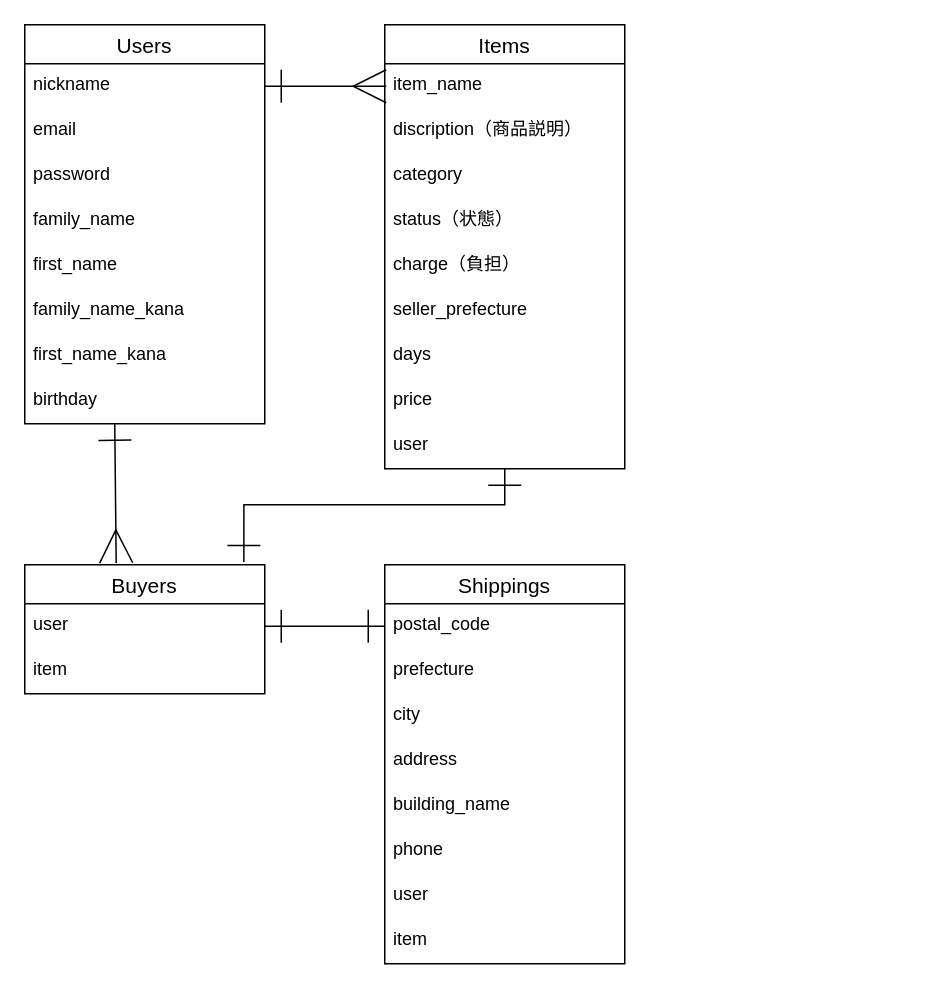
The draw.io diagram ER.dio in hminegishi/furima-35415, before the edit. Source tidied: cells renumbered, new cells numbered last; positions are measured from the earlier drawing's top-left corner, leaving out a move shared by most shapes. Both pictures are drawn from the tidied source at 150%, with x=0, y=0 at pixel (24, 24).
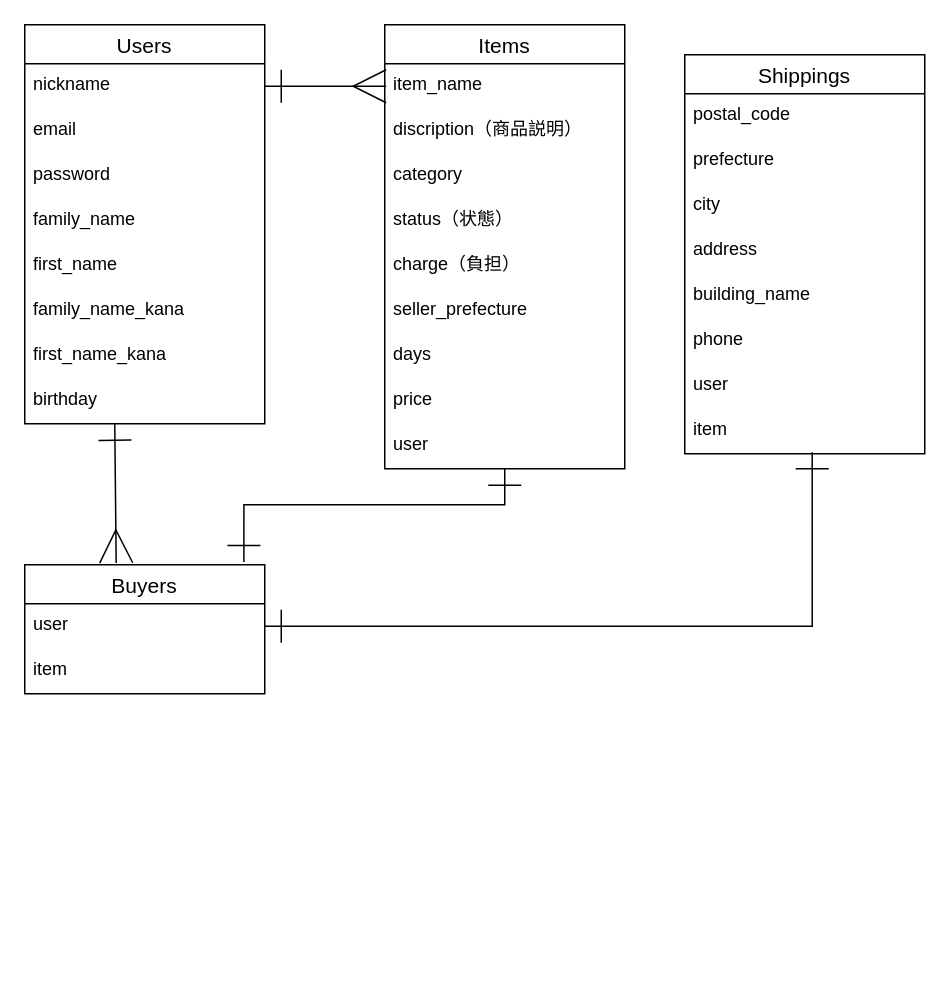
The same diagram, later.

Commit message (it also covers changes not shown here):
データベース設計（修正１）

Unchanged cells that the change refers to:
```xml
<mxCell id="30" value="item" style="text;strokeColor=none;fillColor=none;spacingLeft=4;spacingRight=4;overflow=hidden;points=[[0,0.5],[1,0.5]];portConstraint=eastwest;fontSize=12;" parent="22" vertex="1">
  <mxGeometry y="236" width="160" height="30" as="geometry" />
</mxCell>
<mxCell id="32" value="user" style="text;strokeColor=none;fillColor=none;spacingLeft=4;spacingRight=4;overflow=hidden;points=[[0,0.5],[1,0.5]];portConstraint=eastwest;fontSize=12;" parent="31" vertex="1">
  <mxGeometry y="26" width="160" height="30" as="geometry" />
</mxCell>
```

Change to the diagram source:
```diff
@@
     <mxCell id="22" value="Shippings" style="swimlane;fontStyle=0;horizontal=1;startSize=26;align=center;fontSize=14;" parent="1" vertex="1">
-      <mxGeometry x="240" y="360" width="160" height="266" as="geometry" />
+      <mxGeometry x="440" y="20" width="160" height="266" as="geometry" />
     </mxCell>
@@
-    <mxCell id="36" style="edgeStyle=orthogonalEdgeStyle;rounded=0;jumpSize=6;jettySize=auto;html=1;startArrow=ERone;startFill=0;startSize=20;endArrow=ERone;endFill=0;endSize=20;" parent="1" edge="1" source="32">
-      <mxGeometry relative="1" as="geometry">
-        <mxPoint x="240" y="401" as="targetPoint" />
-      </mxGeometry>
+    <mxCell id="36" style="edgeStyle=orthogonalEdgeStyle;rounded=0;jumpSize=6;jettySize=auto;html=1;startArrow=ERone;startFill=0;startSize=20;endArrow=ERone;endFill=0;endSize=20;entryX=0.531;entryY=0.967;entryDx=0;entryDy=0;entryPerimeter=0;" parent="1" edge="1" source="32" target="30">
+      <mxGeometry relative="1" as="geometry" />
     </mxCell>
```
